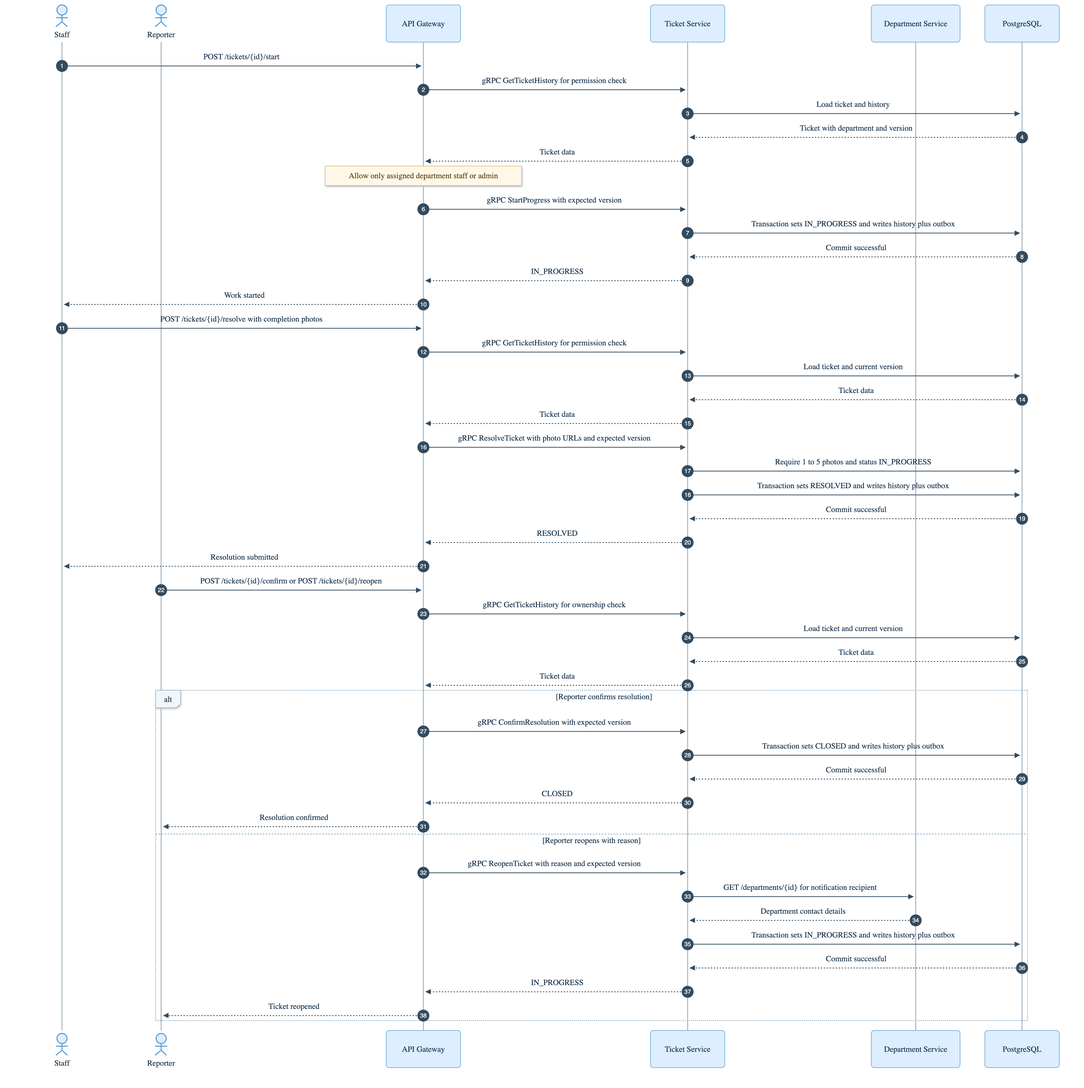
Above: docs/presentation/07-sequence-work-and-resolution.png in Pantipkub/chula-fondue (Mermaid), before the change. Its source is kept beside it as docs/presentation/07-sequence-work-and-resolution.mmd.
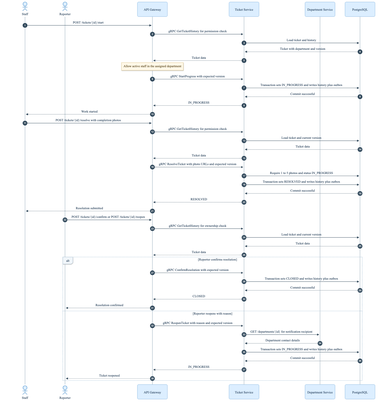
The same diagram one commit later.

What changed in the source:
```diff
@@ -13,7 +13,7 @@
   TS->>PG: Load ticket and history
   PG-->>TS: Ticket with department and version
   TS-->>GW: Ticket data
-  Note over GW: Allow only assigned department staff or admin
+  Note over GW: Allow active staff in the assigned department
   GW->>TS: gRPC StartProgress with expected version
   TS->>PG: Transaction sets IN_PROGRESS and writes history plus outbox
   PG-->>TS: Commit successful
```
